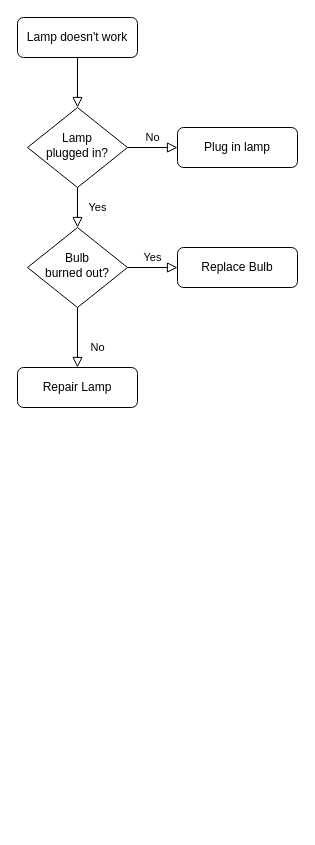
The draw.io diagram Untitled Diagram.drawio in tspersian/triptone360, before the edit. Source tidied: cells renumbered, new cells numbered last; positions are measured from the earlier drawing's top-left corner, leaving out a move shared by most shapes. Both pictures are drawn from the tidied source at 100%, with x=0, y=0 at pixel (17, 17).
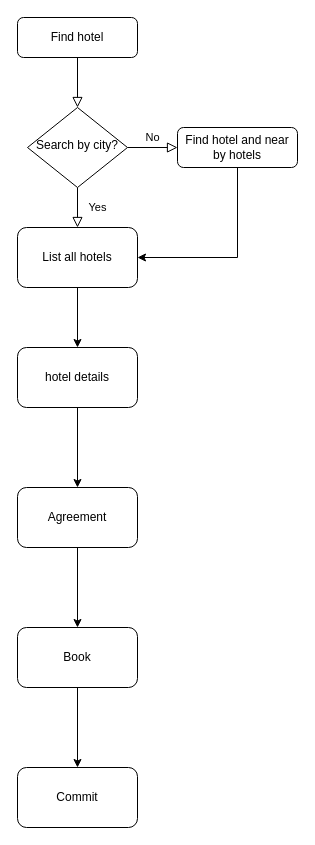
Above is the later version.

The edit, as a diff of the source:
```diff
@@
 <mxGraphModel>
   <root>
     <mxCell id="0" />
     <mxCell id="1" parent="0" />
     <mxCell id="2" style="rounded=0;html=1;jettySize=auto;fontSize=11;endArrow=block;endFill=0;endSize=8;strokeWidth=1;shadow=0;labelBackgroundColor=none;edgeStyle=orthogonalEdgeStyle;" parent="1" edge="1" source="3" target="6">
       <mxGeometry relative="1" as="geometry" />
     </mxCell>
-    <mxCell id="3" value="Lamp doesn't work" style="rounded=1;whiteSpace=wrap;html=1;fontSize=12;glass=0;strokeWidth=1;shadow=0;" parent="1" vertex="1">
+    <mxCell id="3" value="Find hotel" style="rounded=1;whiteSpace=wrap;html=1;fontSize=12;glass=0;strokeWidth=1;shadow=0;" parent="1" vertex="1">
       <mxGeometry width="120" height="40" as="geometry" />
     </mxCell>
-    <mxCell id="4" value="Yes" style="rounded=0;html=1;jettySize=auto;fontSize=11;endArrow=block;endFill=0;endSize=8;strokeWidth=1;shadow=0;labelBackgroundColor=none;edgeStyle=orthogonalEdgeStyle;" parent="1" edge="1" source="6" target="10">
+    <mxCell id="4" value="Yes" style="rounded=0;html=1;jettySize=auto;fontSize=11;endArrow=block;endFill=0;endSize=8;strokeWidth=1;shadow=0;labelBackgroundColor=none;edgeStyle=orthogonalEdgeStyle;entryX=0.5;entryY=0;entryDx=0;entryDy=0;" parent="1" edge="1" source="6" target="15">
       <mxGeometry y="20" relative="1" as="geometry" />
     </mxCell>
     <mxCell id="5" value="No" style="edgeStyle=orthogonalEdgeStyle;rounded=0;html=1;jettySize=auto;fontSize=11;endArrow=block;endFill=0;endSize=8;strokeWidth=1;shadow=0;labelBackgroundColor=none;" parent="1" edge="1" source="6" target="7">
       <mxGeometry y="10" relative="1" as="geometry" />
     </mxCell>
-    <mxCell id="6" value="Lamp&lt;br&gt;plugged in?" style="rhombus;whiteSpace=wrap;html=1;shadow=0;fontFamily=Helvetica;fontSize=12;align=center;strokeWidth=1;spacing=6;spacingTop=-4;" parent="1" vertex="1">
+    <mxCell id="6" value="Search by city?" style="rhombus;whiteSpace=wrap;html=1;shadow=0;fontFamily=Helvetica;fontSize=12;align=center;strokeWidth=1;spacing=6;spacingTop=-4;" parent="1" vertex="1">
       <mxGeometry x="10" y="90" width="100" height="80" as="geometry" />
     </mxCell>
+    <mxCell id="13" style="edgeStyle=orthogonalEdgeStyle;rounded=0;jettySize=auto;html=1;entryX=1;entryY=0.5;entryDx=0;entryDy=0;" parent="1" edge="1" source="7" target="15">
+      <mxGeometry relative="1" as="geometry">
+        <Array as="points">
+          <mxPoint x="220" y="240" />
+        </Array>
+      </mxGeometry>
+    </mxCell>
-    <mxCell id="7" value="Plug in lamp" style="rounded=1;whiteSpace=wrap;html=1;fontSize=12;glass=0;strokeWidth=1;shadow=0;" parent="1" vertex="1">
+    <mxCell id="7" value="Find hotel and near by hotels" style="rounded=1;whiteSpace=wrap;html=1;fontSize=12;glass=0;strokeWidth=1;shadow=0;" parent="1" vertex="1">
       <mxGeometry x="160" y="110" width="120" height="40" as="geometry" />
     </mxCell>
-    <mxCell id="8" value="No" style="rounded=0;html=1;jettySize=auto;fontSize=11;endArrow=block;endFill=0;endSize=8;strokeWidth=1;shadow=0;labelBackgroundColor=none;edgeStyle=orthogonalEdgeStyle;" parent="1" edge="1" source="10" target="11">
-      <mxGeometry x="0.33" y="20" relative="1" as="geometry" />
-    </mxCell>
-    <mxCell id="9" value="Yes" style="edgeStyle=orthogonalEdgeStyle;rounded=0;html=1;jettySize=auto;fontSize=11;endArrow=block;endFill=0;endSize=8;strokeWidth=1;shadow=0;labelBackgroundColor=none;" parent="1" edge="1" source="10" target="12">
-      <mxGeometry y="10" relative="1" as="geometry" />
-    </mxCell>
-    <mxCell id="10" value="Bulb&lt;br&gt;burned out?" style="rhombus;whiteSpace=wrap;html=1;shadow=0;fontFamily=Helvetica;fontSize=12;align=center;strokeWidth=1;spacing=6;spacingTop=-4;" parent="1" vertex="1">
-      <mxGeometry x="10" y="210" width="100" height="80" as="geometry" />
-    </mxCell>
-    <mxCell id="11" value="Repair Lamp" style="rounded=1;whiteSpace=wrap;html=1;fontSize=12;glass=0;strokeWidth=1;shadow=0;" parent="1" vertex="1">
-      <mxGeometry y="350" width="120" height="40" as="geometry" />
-    </mxCell>
-    <mxCell id="12" value="Replace Bulb" style="rounded=1;whiteSpace=wrap;html=1;fontSize=12;glass=0;strokeWidth=1;shadow=0;" parent="1" vertex="1">
-      <mxGeometry x="160" y="230" width="120" height="40" as="geometry" />
-    </mxCell>
+    <mxCell id="14" style="edgeStyle=orthogonalEdgeStyle;rounded=0;jettySize=auto;html=1;" parent="1" edge="1" source="15" target="17">
+      <mxGeometry relative="1" as="geometry" />
+    </mxCell>
+    <mxCell id="15" value="List all hotels" style="rounded=1;whiteSpace=wrap;html=1;" parent="1" vertex="1">
+      <mxGeometry y="210" width="120" height="60" as="geometry" />
+    </mxCell>
+    <mxCell id="16" style="edgeStyle=orthogonalEdgeStyle;rounded=0;jettySize=auto;html=1;" parent="1" edge="1" source="17" target="19">
+      <mxGeometry relative="1" as="geometry" />
+    </mxCell>
+    <mxCell id="17" value="hotel details" style="rounded=1;whiteSpace=wrap;html=1;" parent="1" vertex="1">
+      <mxGeometry y="330" width="120" height="60" as="geometry" />
+    </mxCell>
+    <mxCell id="18" style="edgeStyle=orthogonalEdgeStyle;rounded=0;jettySize=auto;html=1;" parent="1" edge="1" source="19" target="21">
+      <mxGeometry relative="1" as="geometry" />
+    </mxCell>
+    <mxCell id="19" value="Agreement" style="rounded=1;whiteSpace=wrap;html=1;" parent="1" vertex="1">
+      <mxGeometry y="470" width="120" height="60" as="geometry" />
+    </mxCell>
+    <mxCell id="20" style="edgeStyle=orthogonalEdgeStyle;rounded=0;jettySize=auto;html=1;" parent="1" edge="1" source="21" target="22">
+      <mxGeometry relative="1" as="geometry" />
+    </mxCell>
+    <mxCell id="21" value="&lt;div&gt;Book&lt;/div&gt;" style="rounded=1;whiteSpace=wrap;html=1;" parent="1" vertex="1">
+      <mxGeometry y="610" width="120" height="60" as="geometry" />
+    </mxCell>
+    <mxCell id="22" value="Commit" style="rounded=1;whiteSpace=wrap;html=1;" parent="1" vertex="1">
+      <mxGeometry y="750" width="120" height="60" as="geometry" />
+    </mxCell>
   </root>
 </mxGraphModel>
```
